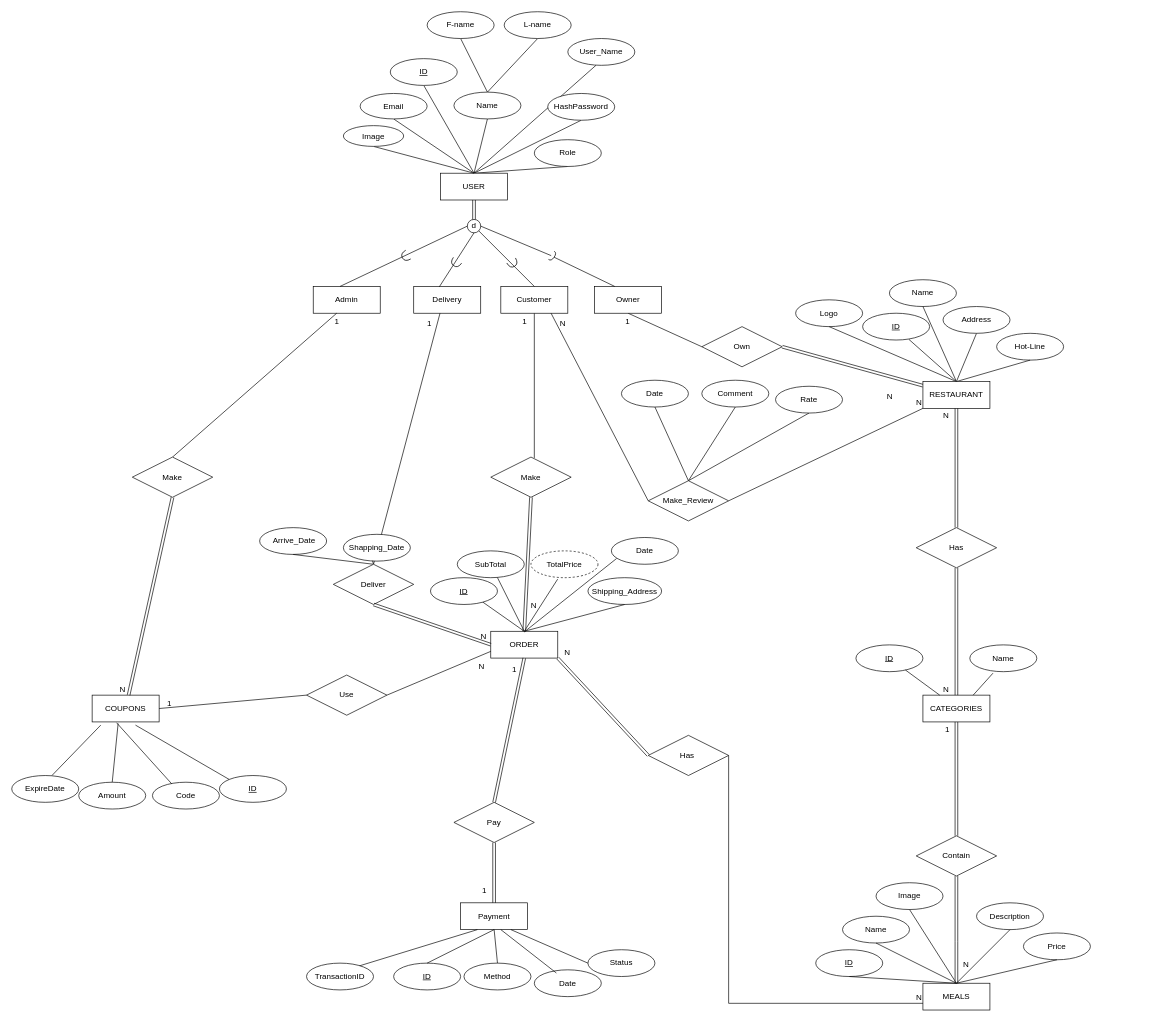
Earlier version of the draw.io diagram Online-food.drawio (aya-abdelmageed/Order-Food-Online-System). Source tidied: cells renumbered, new cells numbered last; positions are measured from the earlier drawing's top-left corner, leaving out a move shared by most shapes. Both pictures are drawn from the tidied source at 67%, with x=0, y=0 at pixel (11, 11).
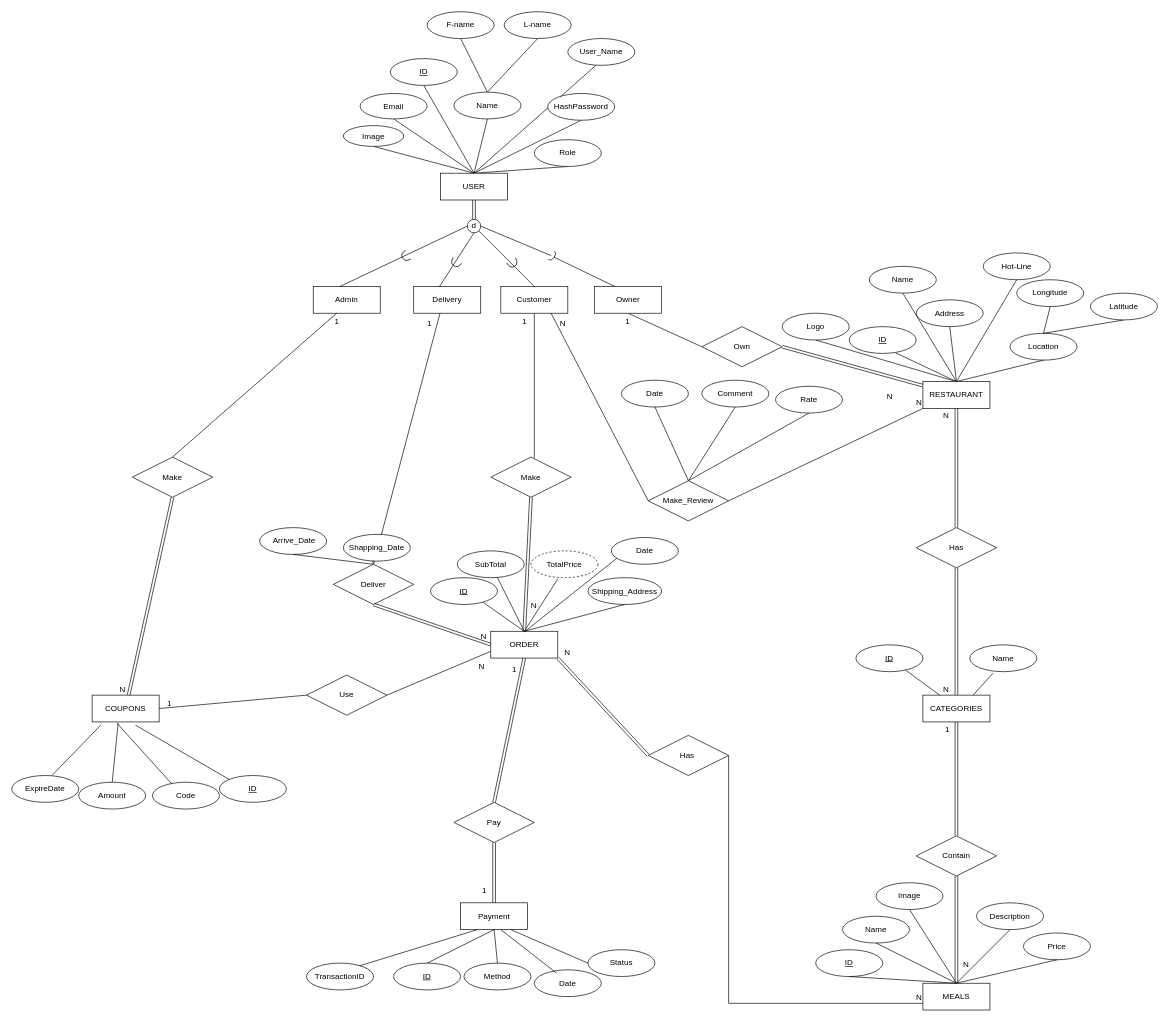
The same diagram, later.

The change refers to these unchanged cells:
```xml
<mxCell id="82" value="RESTAURANT" style="whiteSpace=wrap;html=1;align=center;direction=west;labelBackgroundColor=none;" parent="1" vertex="1">
  <mxGeometry x="1360" y="552" width="100" height="40" as="geometry" />
</mxCell>
```

The edit, as a diff of the source:
```diff
@@
     <mxCell id="7" value="ID" style="ellipse;whiteSpace=wrap;html=1;align=center;fontStyle=4;labelBackgroundColor=none;" parent="1" vertex="1">
-      <mxGeometry x="1270" y="450" width="100" height="40" as="geometry" />
+      <mxGeometry x="1250" y="470" width="100" height="40" as="geometry" />
     </mxCell>
@@
     <mxCell id="9" value="Name" style="ellipse;whiteSpace=wrap;html=1;align=center;labelBackgroundColor=none;" parent="1" vertex="1">
-      <mxGeometry x="1310" y="400" width="100" height="40" as="geometry" />
+      <mxGeometry x="1280" y="380" width="100" height="40" as="geometry" />
     </mxCell>
     <mxCell id="10" value="Address" style="ellipse;whiteSpace=wrap;html=1;align=center;labelBackgroundColor=none;" parent="1" vertex="1">
-      <mxGeometry x="1390" y="440" width="100" height="40" as="geometry" />
+      <mxGeometry x="1350" y="430" width="100" height="40" as="geometry" />
     </mxCell>
@@
     <mxCell id="12" value="Logo" style="ellipse;whiteSpace=wrap;html=1;align=center;labelBackgroundColor=none;" parent="1" vertex="1">
-      <mxGeometry x="1170" y="430" width="100" height="40" as="geometry" />
+      <mxGeometry x="1150" y="450" width="100" height="40" as="geometry" />
     </mxCell>
@@
     <mxCell id="41" value="Hot-Line" style="ellipse;whiteSpace=wrap;html=1;align=center;labelBackgroundColor=none;" parent="1" vertex="1">
-      <mxGeometry x="1470" y="480" width="100" height="40" as="geometry" />
+      <mxGeometry x="1450" y="360" width="100" height="40" as="geometry" />
     </mxCell>
@@
+    <mxCell id="156" value="Location" style="ellipse;whiteSpace=wrap;html=1;align=center;" parent="1" vertex="1">
+      <mxGeometry x="1490" y="480" width="100" height="40" as="geometry" />
+    </mxCell>
+    <mxCell id="157" style="endArrow=none;html=1;rounded=0;exitX=0.5;exitY=1;exitDx=0;exitDy=0;entryX=0.5;entryY=1;entryDx=0;entryDy=0;" parent="1" edge="1" source="82" target="156">
+      <mxGeometry relative="1" as="geometry" />
+    </mxCell>
+    <mxCell id="158" style="endArrow=none;html=1;rounded=0;exitX=0.5;exitY=0;exitDx=0;exitDy=0;entryX=0.5;entryY=1;entryDx=0;entryDy=0;" parent="1" edge="1" source="156" target="159">
+      <mxGeometry relative="1" as="geometry" />
+    </mxCell>
+    <mxCell id="159" value="Latitude" style="ellipse;whiteSpace=wrap;html=1;align=center;" parent="1" vertex="1">
+      <mxGeometry x="1610" y="420" width="100" height="40" as="geometry" />
+    </mxCell>
+    <mxCell id="160" value="Longitude" style="ellipse;whiteSpace=wrap;html=1;align=center;" parent="1" vertex="1">
+      <mxGeometry x="1500" y="400" width="100" height="40" as="geometry" />
+    </mxCell>
+    <mxCell id="161" style="endArrow=none;html=1;rounded=0;entryX=0.5;entryY=0;entryDx=0;entryDy=0;exitX=0.5;exitY=1;exitDx=0;exitDy=0;" parent="1" edge="1" source="160" target="156">
+      <mxGeometry relative="1" as="geometry" />
+    </mxCell>
```
